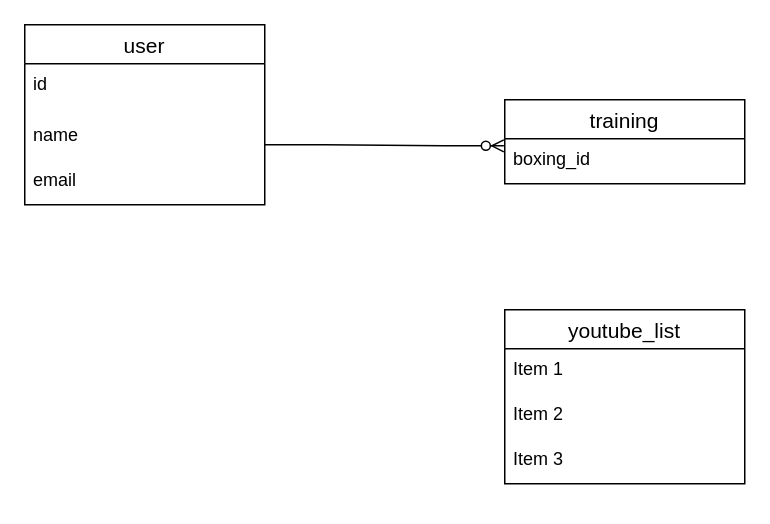
Before: er.dio in aaaaasaaaaatech/training_management, a draw.io diagram. Source tidied: cells renumbered, new cells numbered last; positions are measured from the earlier drawing's top-left corner, leaving out a move shared by most shapes. Both pictures are drawn from the tidied source at 150%, with x=0, y=0 at pixel (24, 24).
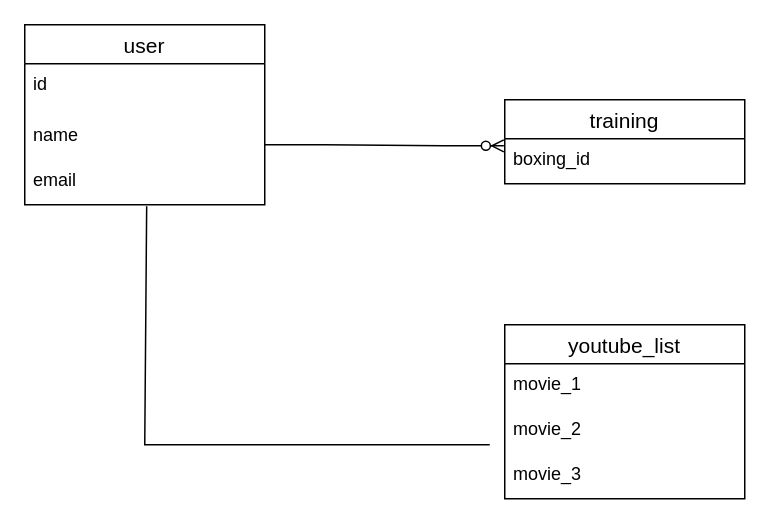
Above is the later version.

Commit message (it also covers changes not shown here):
バックグラウンド修正

The edit, as a diff of the source:
```diff
@@
 <mxGraphModel>
   <root>
     <mxCell id="0" />
     <mxCell id="1" parent="0" />
     <mxCell id="2" value="user" style="swimlane;fontStyle=0;horizontal=1;startSize=26;align=center;fontSize=14;" parent="1" vertex="1">
       <mxGeometry width="160" height="120" as="geometry" />
     </mxCell>
     <mxCell id="3" value="id" style="text;strokeColor=none;fillColor=none;spacingLeft=4;spacingRight=4;overflow=hidden;fontSize=12;" parent="2" vertex="1">
       <mxGeometry y="26" width="160" height="34" as="geometry" />
     </mxCell>
     <mxCell id="4" value="name" style="text;strokeColor=none;fillColor=none;spacingLeft=4;spacingRight=4;overflow=hidden;fontSize=12;" parent="2" vertex="1">
       <mxGeometry y="60" width="160" height="30" as="geometry" />
     </mxCell>
     <mxCell id="5" value="email" style="text;strokeColor=none;fillColor=none;spacingLeft=4;spacingRight=4;overflow=hidden;points=[[0,0.5],[1,0.5]];portConstraint=eastwest;fontSize=12;" parent="2" vertex="1">
       <mxGeometry y="90" width="160" height="30" as="geometry" />
     </mxCell>
     <mxCell id="6" value="training" style="swimlane;fontStyle=0;horizontal=1;startSize=26;align=center;fontSize=14;" parent="1" vertex="1">
       <mxGeometry x="320" y="50" width="160" height="56" as="geometry" />
     </mxCell>
     <mxCell id="7" value="boxing_id" style="text;strokeColor=none;fillColor=none;spacingLeft=4;spacingRight=4;overflow=hidden;fontSize=12;" parent="6" vertex="1">
       <mxGeometry y="26" width="160" height="30" as="geometry" />
     </mxCell>
     <mxCell id="8" style="edgeStyle=entityRelationEdgeStyle;fontSize=12;html=1;endArrow=ERzeroToMany;endFill=1;entryX=-0.004;entryY=0.822;entryDx=0;entryDy=0;entryPerimeter=0;" parent="1" edge="1">
       <mxGeometry relative="1" as="geometry">
         <mxPoint x="160" y="80" as="sourcePoint" />
         <mxPoint x="319.4" y="80.7" as="targetPoint" />
       </mxGeometry>
     </mxCell>
     <mxCell id="9" value="youtube_list" style="swimlane;fontStyle=0;horizontal=1;startSize=26;align=center;fontSize=14;" parent="1" vertex="1">
-      <mxGeometry x="320" y="190" width="160" height="116" as="geometry" />
+      <mxGeometry x="320" y="200" width="160" height="116" as="geometry" />
     </mxCell>
-    <mxCell id="10" value="Item 1" style="text;strokeColor=none;fillColor=none;spacingLeft=4;spacingRight=4;overflow=hidden;fontSize=12;" parent="9" vertex="1">
+    <mxCell id="10" value="movie_1" style="text;strokeColor=none;fillColor=none;spacingLeft=4;spacingRight=4;overflow=hidden;fontSize=12;" parent="9" vertex="1">
       <mxGeometry y="26" width="160" height="30" as="geometry" />
     </mxCell>
-    <mxCell id="11" value="Item 2" style="text;strokeColor=none;fillColor=none;spacingLeft=4;spacingRight=4;overflow=hidden;fontSize=12;" parent="9" vertex="1">
+    <mxCell id="11" value="movie_2" style="text;strokeColor=none;fillColor=none;spacingLeft=4;spacingRight=4;overflow=hidden;fontSize=12;" parent="9" vertex="1">
       <mxGeometry y="56" width="160" height="30" as="geometry" />
     </mxCell>
-    <mxCell id="12" value="Item 3" style="text;strokeColor=none;fillColor=none;spacingLeft=4;spacingRight=4;overflow=hidden;fontSize=12;" parent="9" vertex="1">
+    <mxCell id="12" value="movie_3" style="text;strokeColor=none;fillColor=none;spacingLeft=4;spacingRight=4;overflow=hidden;fontSize=12;" parent="9" vertex="1">
       <mxGeometry y="86" width="160" height="30" as="geometry" />
     </mxCell>
+    <mxCell id="13" style="endArrow=none;html=1;rounded=0;exitX=0.508;exitY=1.033;exitDx=0;exitDy=0;exitPerimeter=0;" parent="1" edge="1" source="5">
+      <mxGeometry relative="1" as="geometry">
+        <mxPoint x="310" y="280" as="targetPoint" />
+        <Array as="points">
+          <mxPoint x="80" y="280" />
+        </Array>
+      </mxGeometry>
+    </mxCell>
   </root>
 </mxGraphModel>
```
